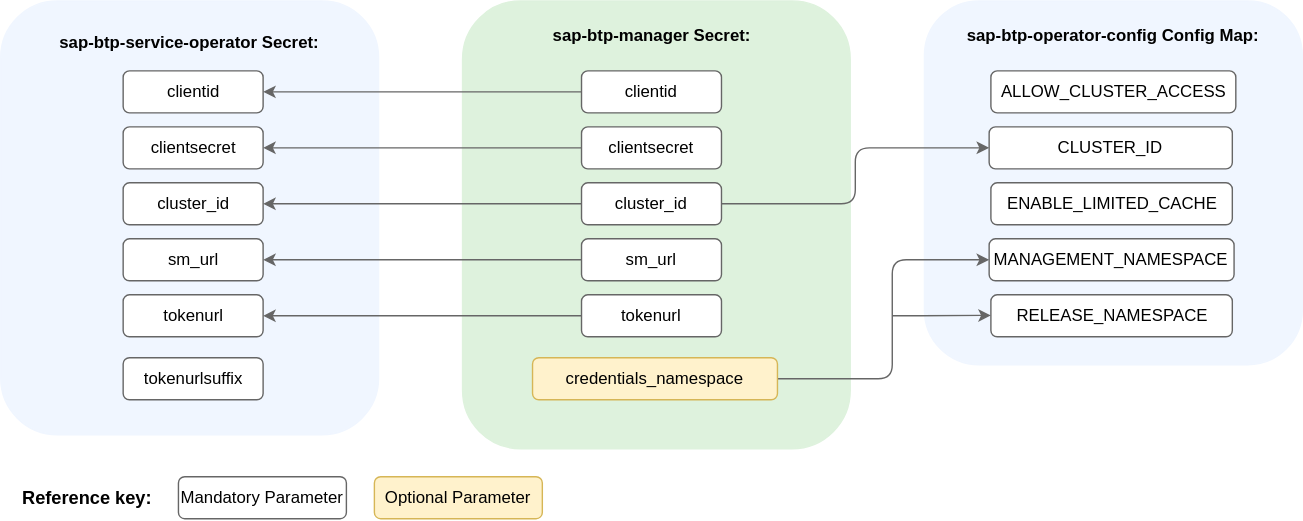
The draw.io diagram docs/assets/module_credentials_customized.drawio.svg in kyma-project/btp-manager, before a commit. Source tidied: cells renumbered, new cells last; positions are measured from the earlier drawing's top-left corner, leaving out a move shared by most shapes.
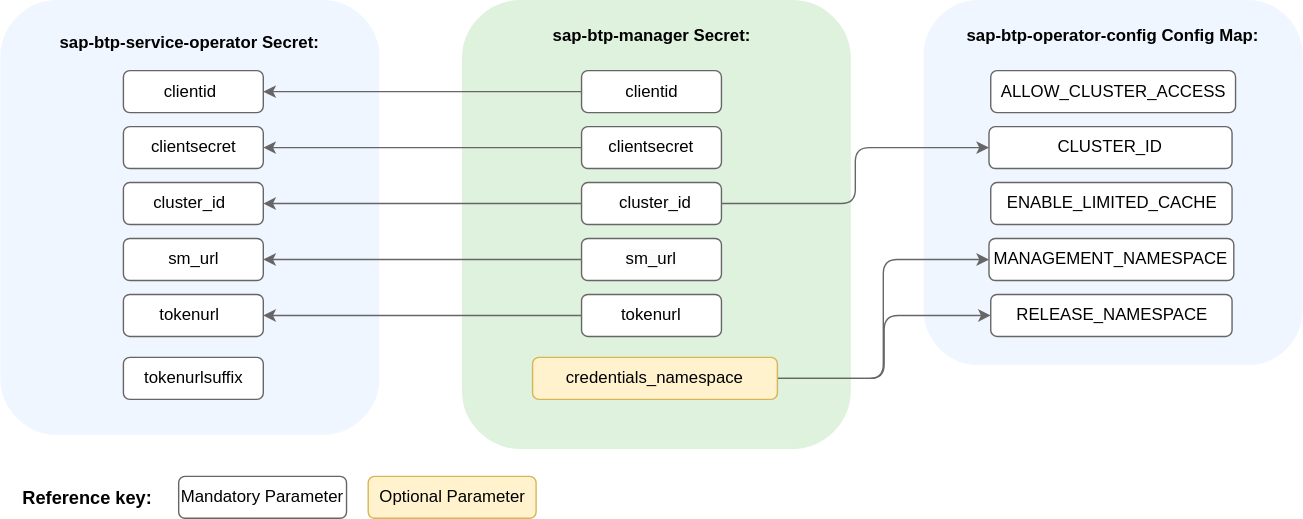
After the commit.

What changed in the source:
```diff
@@ -1,4 +1,4 @@
-<mxGraphModel>
+<mxGraphModel background="#ffffff">
   <root>
     <mxCell id="0" />
     <mxCell id="1" parent="0" />
@@ -8,19 +8,19 @@
     <mxCell id="3" style="rounded=1;whiteSpace=wrap;html=1;strokeColor=#f0f6ff;fillColor=#f0f6ff;" parent="1" vertex="1">
       <mxGeometry width="270" height="310" as="geometry" />
     </mxCell>
-    <mxCell id="4" value="&lt;span style=&quot;text-align: left;&quot;&gt;tokenurl&lt;/span&gt;" style="rounded=1;whiteSpace=wrap;html=1;strokeColor=#666666;fillColor=#FFFFFF;" parent="1" vertex="1">
+    <mxCell id="4" style="rounded=1;whiteSpace=wrap;html=1;strokeColor=#666666;" parent="1" vertex="1">
       <mxGeometry x="87.5" y="210" width="100" height="30" as="geometry" />
     </mxCell>
-    <mxCell id="5" value="&lt;span style=&quot;text-align: left;&quot;&gt;sm_url&lt;/span&gt;" style="rounded=1;whiteSpace=wrap;html=1;strokeColor=#666666;fillColor=#FFFFFF;" parent="1" vertex="1">
+    <mxCell id="5" value="&lt;span style=&quot;text-align: left;&quot;&gt;sm_url&lt;/span&gt;" style="rounded=1;whiteSpace=wrap;html=1;strokeColor=#666666;" parent="1" vertex="1">
       <mxGeometry x="87.5" y="170" width="100" height="30" as="geometry" />
     </mxCell>
-    <mxCell id="6" value="&lt;span style=&quot;text-align: left;&quot;&gt;cluster_id&lt;/span&gt;" style="rounded=1;whiteSpace=wrap;html=1;strokeColor=#666666;fillColor=#FFFFFF;" parent="1" vertex="1">
+    <mxCell id="6" style="rounded=1;whiteSpace=wrap;html=1;strokeColor=#666666;" parent="1" vertex="1">
       <mxGeometry x="87.5" y="130" width="100" height="30" as="geometry" />
     </mxCell>
-    <mxCell id="7" value="&lt;span style=&quot;text-align: left;&quot;&gt;clientsecret&lt;/span&gt;" style="rounded=1;whiteSpace=wrap;html=1;strokeColor=#666666;fillColor=#FFFFFF;" parent="1" vertex="1">
+    <mxCell id="7" style="rounded=1;whiteSpace=wrap;html=1;strokeColor=#666666;" parent="1" vertex="1">
       <mxGeometry x="87.5" y="90" width="100" height="30" as="geometry" />
     </mxCell>
-    <mxCell id="8" value="&lt;span style=&quot;text-align: left;&quot;&gt;clientid&lt;/span&gt;" style="rounded=1;whiteSpace=wrap;html=1;strokeColor=#666666;fillColor=#FFFFFF;" parent="1" vertex="1">
+    <mxCell id="8" style="rounded=1;whiteSpace=wrap;html=1;strokeColor=#666666;" parent="1" vertex="1">
       <mxGeometry x="87.5" y="50" width="100" height="30" as="geometry" />
     </mxCell>
     <mxCell id="9" style="rounded=1;whiteSpace=wrap;html=1;strokeColor=#def2dd;fillColor=#def2dd;" parent="1" vertex="1">
@@ -32,89 +32,104 @@
     <mxCell id="11" style="edgeStyle=orthogonalEdgeStyle;rounded=1;jettySize=auto;html=1;entryX=1;entryY=0.5;entryDx=0;entryDy=0;curved=0;strokeColor=#666666;" parent="1" edge="1" source="12" target="8">
       <mxGeometry relative="1" as="geometry" />
     </mxCell>
-    <mxCell id="12" value="&lt;span style=&quot;text-align: left;&quot;&gt;clientid&lt;/span&gt;" style="rounded=1;whiteSpace=wrap;html=1;strokeColor=#666666;fillColor=#FFFFFF;" parent="1" vertex="1">
+    <mxCell id="12" style="rounded=1;whiteSpace=wrap;html=1;strokeColor=#666666;" parent="1" vertex="1">
       <mxGeometry x="415" y="50" width="100" height="30" as="geometry" />
     </mxCell>
-    <mxCell id="13" value="&lt;span style=&quot;text-align: left;&quot;&gt;clientsecret&lt;/span&gt;" style="rounded=1;whiteSpace=wrap;html=1;strokeColor=#666666;fillColor=#FFFFFF;" parent="1" vertex="1">
+    <mxCell id="13" style="rounded=1;whiteSpace=wrap;html=1;strokeColor=#666666;" parent="1" vertex="1">
       <mxGeometry x="415" y="90" width="100" height="30" as="geometry" />
     </mxCell>
     <mxCell id="14" style="edgeStyle=orthogonalEdgeStyle;rounded=1;jettySize=auto;html=1;entryX=1;entryY=0.5;entryDx=0;entryDy=0;curved=0;strokeColor=#666666;" parent="1" edge="1" source="15" target="6">
       <mxGeometry relative="1" as="geometry" />
     </mxCell>
-    <mxCell id="15" value="&lt;span style=&quot;text-align: left;&quot;&gt;cluster_id&lt;/span&gt;" style="rounded=1;whiteSpace=wrap;html=1;strokeColor=#666666;fillColor=#FFFFFF;" parent="1" vertex="1">
+    <mxCell id="15" style="rounded=1;whiteSpace=wrap;html=1;strokeColor=#666666;" parent="1" vertex="1">
       <mxGeometry x="415" y="130" width="100" height="30" as="geometry" />
     </mxCell>
-    <mxCell id="16" value="&lt;span style=&quot;text-align: left;&quot;&gt;sm_url&lt;/span&gt;" style="rounded=1;whiteSpace=wrap;html=1;strokeColor=#666666;fillColor=#FFFFFF;" parent="1" vertex="1">
+    <mxCell id="16" style="rounded=1;whiteSpace=wrap;html=1;strokeColor=#666666;" parent="1" vertex="1">
       <mxGeometry x="415" y="170" width="100" height="30" as="geometry" />
     </mxCell>
     <mxCell id="17" style="edgeStyle=orthogonalEdgeStyle;rounded=1;jettySize=auto;html=1;entryX=1;entryY=0.5;entryDx=0;entryDy=0;curved=0;strokeColor=#666666;" parent="1" edge="1" source="18" target="4">
       <mxGeometry relative="1" as="geometry" />
     </mxCell>
-    <mxCell id="18" value="&lt;span style=&quot;text-align: left;&quot;&gt;tokenurl&lt;/span&gt;" style="rounded=1;whiteSpace=wrap;html=1;strokeColor=#666666;fillColor=#FFFFFF;" parent="1" vertex="1">
+    <mxCell id="18" style="rounded=1;whiteSpace=wrap;html=1;strokeColor=#666666;" parent="1" vertex="1">
       <mxGeometry x="415" y="210" width="100" height="30" as="geometry" />
     </mxCell>
     <mxCell id="19" style="edgeStyle=orthogonalEdgeStyle;rounded=1;jettySize=auto;html=1;entryX=1;entryY=0.5;entryDx=0;entryDy=0;exitX=0;exitY=0.5;exitDx=0;exitDy=0;curved=0;strokeColor=#666666;" parent="1" edge="1" source="13" target="7">
       <mxGeometry relative="1" as="geometry" />
     </mxCell>
+    <mxCell id="36" value="&lt;div style=&quot;text-align: left;&quot;&gt;clientsecret&lt;/div&gt;" style="text;html=1;align=center;verticalAlign=middle;whiteSpace=wrap;rounded=0;" parent="1" vertex="1">
+      <mxGeometry x="425" y="95" width="80" height="20" as="geometry" />
+    </mxCell>
+    <mxCell id="37" value="&lt;span style=&quot;text-align: left;&quot;&gt;clientid&lt;/span&gt;" style="text;html=1;align=center;verticalAlign=middle;whiteSpace=wrap;rounded=0;" parent="1" vertex="1">
+      <mxGeometry x="427.5" y="55" width="75" height="20" as="geometry" />
+    </mxCell>
     <mxCell id="20" style="edgeStyle=orthogonalEdgeStyle;rounded=1;jettySize=auto;html=1;entryX=0;entryY=0.5;entryDx=0;entryDy=0;exitX=1;exitY=0.5;exitDx=0;exitDy=0;curved=0;strokeColor=#666666;" parent="1" edge="1" source="15" target="29">
       <mxGeometry relative="1" as="geometry" />
     </mxCell>
+    <mxCell id="38" value="&lt;div style=&quot;text-align: left;&quot;&gt;cluster_id&lt;br&gt;&lt;/div&gt;" style="text;html=1;align=center;verticalAlign=middle;whiteSpace=wrap;rounded=0;" parent="1" vertex="1">
+      <mxGeometry x="427.5" y="135" width="80" height="20" as="geometry" />
+    </mxCell>
     <mxCell id="21" style="edgeStyle=orthogonalEdgeStyle;rounded=1;jettySize=auto;html=1;entryX=1;entryY=0.5;entryDx=0;entryDy=0;exitX=0;exitY=0.5;exitDx=0;exitDy=0;curved=0;strokeColor=#666666;" parent="1" edge="1" source="16" target="5">
       <mxGeometry relative="1" as="geometry" />
     </mxCell>
+    <mxCell id="39" value="&lt;meta charset=&quot;utf-8&quot;&gt;&lt;span style=&quot;color: rgb(0, 0, 0); font-family: Helvetica; font-size: 12px; font-style: normal; font-variant-ligatures: normal; font-variant-caps: normal; font-weight: 400; letter-spacing: normal; orphans: 2; text-align: left; text-indent: 0px; text-transform: none; widows: 2; word-spacing: 0px; -webkit-text-stroke-width: 0px; white-space: normal; background-color: rgb(251, 251, 251); text-decoration-thickness: initial; text-decoration-style: initial; text-decoration-color: initial; display: inline !important; float: none;&quot;&gt;sm_url&lt;/span&gt;" style="text;html=1;align=center;verticalAlign=middle;whiteSpace=wrap;rounded=0;" parent="1" vertex="1">
+      <mxGeometry x="425" y="175" width="80" height="20" as="geometry" />
+    </mxCell>
+    <mxCell id="40" value="&lt;div style=&quot;text-align: left;&quot;&gt;tokenurl&lt;br&gt;&lt;/div&gt;" style="text;html=1;align=center;verticalAlign=middle;whiteSpace=wrap;rounded=0;" parent="1" vertex="1">
+      <mxGeometry x="425" y="215" width="80" height="20" as="geometry" />
+    </mxCell>
+    <mxCell id="41" value="&lt;div style=&quot;text-align: left;&quot;&gt;clientsecret&lt;/div&gt;" style="text;html=1;align=center;verticalAlign=middle;whiteSpace=wrap;rounded=0;" parent="1" vertex="1">
+      <mxGeometry x="97.5" y="95" width="80" height="20" as="geometry" />
+    </mxCell>
+    <mxCell id="42" value="&lt;span style=&quot;text-align: left;&quot;&gt;clientid&lt;/span&gt;" style="text;html=1;align=center;verticalAlign=middle;whiteSpace=wrap;rounded=0;" parent="1" vertex="1">
+      <mxGeometry x="97.5" y="55" width="75" height="20" as="geometry" />
+    </mxCell>
+    <mxCell id="43" value="&lt;div style=&quot;text-align: left;&quot;&gt;cluster_id&lt;br&gt;&lt;/div&gt;" style="text;html=1;align=center;verticalAlign=middle;whiteSpace=wrap;rounded=0;" parent="1" vertex="1">
+      <mxGeometry x="95" y="135" width="80" height="20" as="geometry" />
+    </mxCell>
+    <mxCell id="44" value="&lt;div style=&quot;text-align: left;&quot;&gt;tokenurl&lt;br&gt;&lt;/div&gt;" style="text;html=1;align=center;verticalAlign=middle;whiteSpace=wrap;rounded=0;" parent="1" vertex="1">
+      <mxGeometry x="95" y="215" width="80" height="20" as="geometry" />
+    </mxCell>
     <mxCell id="22" value="&lt;b&gt;sap-btp-service-operator Secret:&lt;/b&gt;" style="text;html=1;align=center;verticalAlign=middle;whiteSpace=wrap;rounded=0;" parent="1" vertex="1">
       <mxGeometry x="35" y="17.5" width="200" height="25" as="geometry" />
     </mxCell>
-    <mxCell id="23" value="&lt;span style=&quot;text-align: left;&quot;&gt;tokenurlsuffix&lt;/span&gt;" style="rounded=1;whiteSpace=wrap;html=1;strokeColor=#666666;fillColor=#FFFFFF;" parent="1" vertex="1">
+    <mxCell id="23" value="&lt;span style=&quot;text-align: left;&quot;&gt;tokenurlsuffix&lt;/span&gt;" style="rounded=1;whiteSpace=wrap;html=1;strokeColor=#666666;" parent="1" vertex="1">
       <mxGeometry x="87.5" y="255" width="100" height="30" as="geometry" />
     </mxCell>
-    <mxCell id="24" value="&lt;span style=&quot;text-align: left;&quot;&gt;ENABLE_LIMITED_CACHE&lt;/span&gt;" style="rounded=1;whiteSpace=wrap;html=1;strokeColor=#666666;fillColor=#FFFFFF;" parent="1" vertex="1">
+    <mxCell id="24" value="&lt;span style=&quot;text-align: left;&quot;&gt;ENABLE_LIMITED_CACHE&lt;/span&gt;" style="rounded=1;whiteSpace=wrap;html=1;strokeColor=#666666;" parent="1" vertex="1">
       <mxGeometry x="707.5" y="130" width="172.5" height="30" as="geometry" />
     </mxCell>
     <mxCell id="25" value="&lt;b style=&quot;text-align: left;&quot;&gt;sap-btp-operator-config Config Map:&lt;/b&gt;" style="text;html=1;align=center;verticalAlign=middle;whiteSpace=wrap;rounded=0;" parent="1" vertex="1">
       <mxGeometry x="685" y="10" width="220" height="30" as="geometry" />
     </mxCell>
-    <mxCell id="26" value="&lt;span style=&quot;text-align: left;&quot;&gt;MANAGEMENT_NAMESPACE&lt;/span&gt;" style="rounded=1;whiteSpace=wrap;html=1;strokeColor=#666666;fillColor=#FFFFFF;" parent="1" vertex="1">
+    <mxCell id="26" value="&lt;span style=&quot;text-align: left;&quot;&gt;MANAGEMENT_NAMESPACE&lt;/span&gt;" style="rounded=1;whiteSpace=wrap;html=1;strokeColor=#666666;" parent="1" vertex="1">
       <mxGeometry x="706.2" y="170" width="175" height="30" as="geometry" />
     </mxCell>
-    <mxCell id="27" value="&lt;span style=&quot;text-align: left;&quot;&gt;RELEASE_NAMESPACE&lt;/span&gt;" style="rounded=1;whiteSpace=wrap;html=1;strokeColor=#666666;fillColor=#FFFFFF;" parent="1" vertex="1">
+    <mxCell id="27" value="&lt;span style=&quot;text-align: left;&quot;&gt;RELEASE_NAMESPACE&lt;/span&gt;" style="rounded=1;whiteSpace=wrap;html=1;strokeColor=#666666;" parent="1" vertex="1">
       <mxGeometry x="707.5" y="210" width="172.5" height="30" as="geometry" />
     </mxCell>
-    <mxCell id="28" value="&lt;span style=&quot;text-align: left;&quot;&gt;ALLOW_CLUSTER_ACCESS&lt;/span&gt;" style="rounded=1;whiteSpace=wrap;html=1;strokeColor=#666666;fillColor=#FFFFFF;" parent="1" vertex="1">
+    <mxCell id="28" value="&lt;span style=&quot;text-align: left;&quot;&gt;ALLOW_CLUSTER_ACCESS&lt;/span&gt;" style="rounded=1;whiteSpace=wrap;html=1;strokeColor=#666666;" parent="1" vertex="1">
       <mxGeometry x="707.5" y="50" width="175" height="30" as="geometry" />
     </mxCell>
-    <mxCell id="29" value="&lt;span style=&quot;text-align: left;&quot;&gt;CLUSTER_ID&lt;/span&gt;" style="rounded=1;whiteSpace=wrap;html=1;strokeColor=#666666;fillColor=#FFFFFF;" parent="1" vertex="1">
+    <mxCell id="29" value="&lt;span style=&quot;text-align: left;&quot;&gt;CLUSTER_ID&lt;/span&gt;" style="rounded=1;whiteSpace=wrap;html=1;strokeColor=#666666;" parent="1" vertex="1">
       <mxGeometry x="706.2" y="90" width="173.8" height="30" as="geometry" />
     </mxCell>
     <mxCell id="30" style="edgeStyle=orthogonalEdgeStyle;rounded=1;jettySize=auto;html=1;entryX=0;entryY=0.5;entryDx=0;entryDy=0;strokeColor=#666666;curved=0;" parent="1" edge="1" source="31" target="26">
-      <mxGeometry relative="1" as="geometry">
-        <Array as="points">
-          <mxPoint x="637" y="270" />
-          <mxPoint x="637" y="185" />
-        </Array>
-      </mxGeometry>
+      <mxGeometry relative="1" as="geometry" />
     </mxCell>
+    <mxCell id="45" style="edgeStyle=orthogonalEdgeStyle;rounded=1;jettySize=auto;html=1;entryX=0;entryY=0.5;entryDx=0;entryDy=0;curved=0;strokeColor=#666666;" parent="1" edge="1" source="31" target="27">
+      <mxGeometry relative="1" as="geometry" />
+    </mxCell>
-    <mxCell id="31" value="&lt;div style=&quot;text-align: left;&quot;&gt;&lt;span style=&quot;background-color: transparent;&quot;&gt;credentials_namespace&lt;/span&gt;&lt;/div&gt;" style="rounded=1;whiteSpace=wrap;html=1;strokeColor=#d6b656;fillColor=#fff2cc;" parent="1" vertex="1">
+    <mxCell id="31" value="&lt;span style=&quot;text-align: left;&quot;&gt;credentials_namespace&lt;/span&gt;" style="rounded=1;whiteSpace=wrap;html=1;strokeColor=#d6b656;fillColor=#fff2cc;" parent="1" vertex="1">
       <mxGeometry x="380" y="255" width="175" height="30" as="geometry" />
     </mxCell>
-    <mxCell id="32" value="Mandatory Parameter" style="rounded=1;whiteSpace=wrap;html=1;strokeColor=#666666;fillColor=#FFFFFF;" parent="1" vertex="1">
+    <mxCell id="32" value="Mandatory Parameter" style="rounded=1;whiteSpace=wrap;html=1;strokeColor=#666666;" parent="1" vertex="1">
       <mxGeometry x="127" y="340" width="120" height="30" as="geometry" />
     </mxCell>
     <mxCell id="33" value="Optional Parameter" style="rounded=1;whiteSpace=wrap;html=1;strokeColor=#d6b656;fillColor=#fff2cc;" parent="1" vertex="1">
-      <mxGeometry x="267" y="340" width="120" height="30" as="geometry" />
+      <mxGeometry x="262.5" y="340" width="120" height="30" as="geometry" />
     </mxCell>
     <mxCell id="34" value="&lt;b&gt;&lt;font style=&quot;font-size: 13px;&quot;&gt;Reference key:&lt;/font&gt;&lt;/b&gt;" style="text;html=1;align=center;verticalAlign=middle;whiteSpace=wrap;rounded=0;" parent="1" vertex="1">
       <mxGeometry x="7" y="340" width="110" height="30" as="geometry" />
     </mxCell>
-    <mxCell id="35" style="edgeStyle=orthogonalEdgeStyle;rounded=1;orthogonalLoop=1;jettySize=auto;html=1;strokeColor=#666666;curved=0;" parent="1" edge="1">
-      <mxGeometry relative="1" as="geometry">
-        <mxPoint x="637" y="225" as="sourcePoint" />
-        <mxPoint x="707.5" y="224.7" as="targetPoint" />
-        <Array as="points">
-          <mxPoint x="647.5" y="224.7" />
-          <mxPoint x="647.5" y="224.7" />
-        </Array>
-      </mxGeometry>
-    </mxCell>
   </root>
 </mxGraphModel>
```
